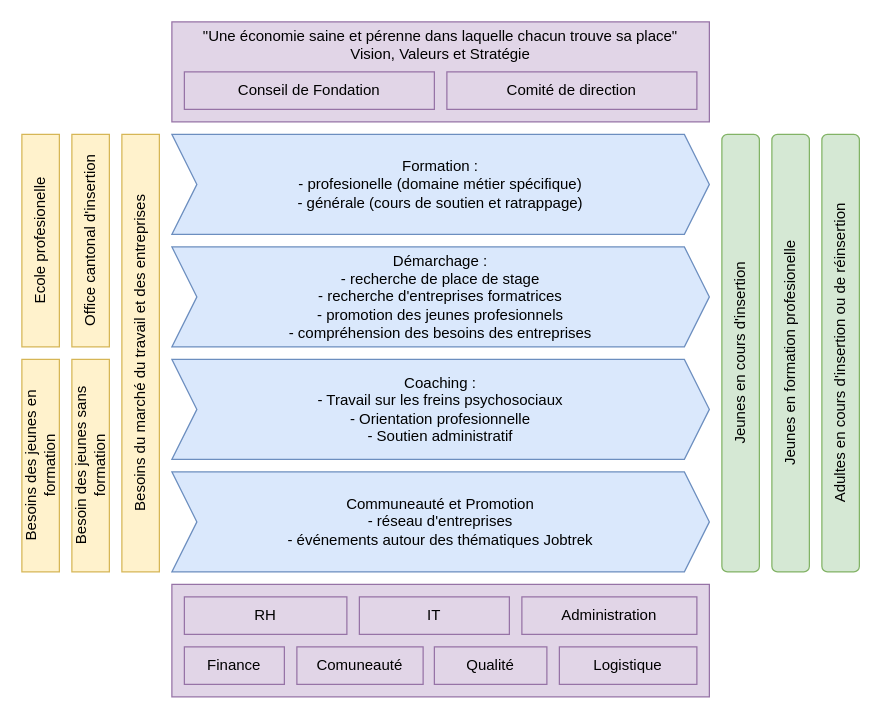
Before: page "Page-1" (1 of 4) of assets/carte générale des process.drawio in fuzoh/bachelor-thesis, a draw.io diagram. Source tidied: cells renumbered, new cells numbered last; positions are measured from the earlier drawing's top-left corner, leaving out a move shared by most shapes. Both pictures are drawn from the tidied source at 125%, with x=0, y=0 at pixel (21, 21).
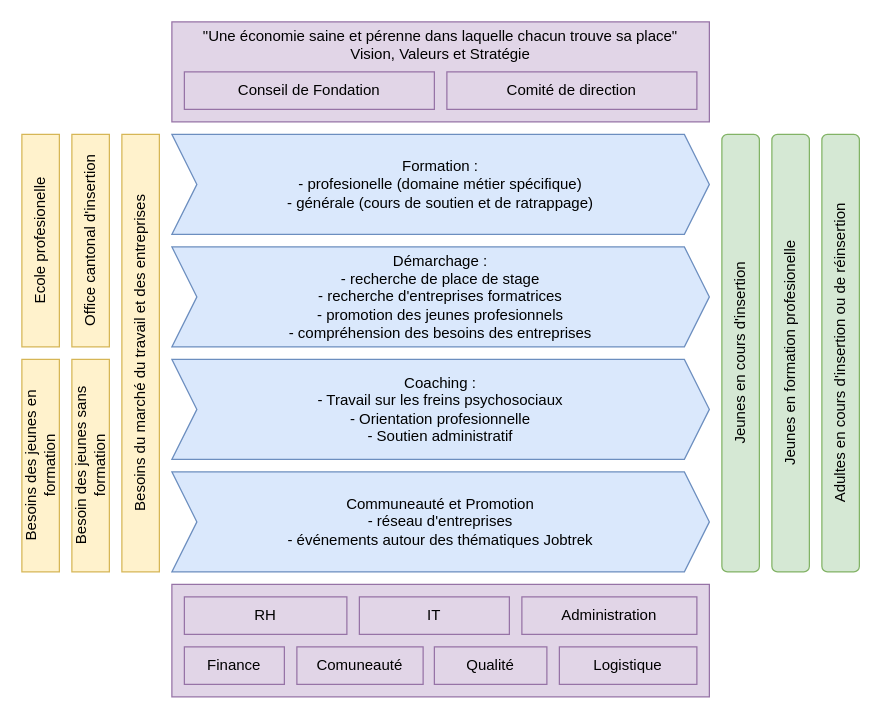
The same page after the edit.

Diff of the diagram source:
```diff
@@
-    <mxCell id="2" value="Formation :&lt;br&gt;- profesionelle (domaine métier spécifique)&lt;br&gt;- générale (cours de soutien et ratrappage)" style="shape=step;perimeter=stepPerimeter;whiteSpace=wrap;html=1;fixedSize=1;fillColor=#dae8fc;strokeColor=#6c8ebf;fontFamily=Libertinus Serif;" parent="1" vertex="1">
+    <mxCell id="2" value="Formation :&lt;br&gt;- profesionelle (domaine métier spécifique)&lt;br&gt;- générale (cours de soutien et de ratrappage)" style="shape=step;perimeter=stepPerimeter;whiteSpace=wrap;html=1;fixedSize=1;fillColor=#dae8fc;strokeColor=#6c8ebf;fontFamily=Libertinus Serif;" parent="1" vertex="1">
       <mxGeometry x="120" y="90" width="430" height="80" as="geometry" />
     </mxCell>
```
